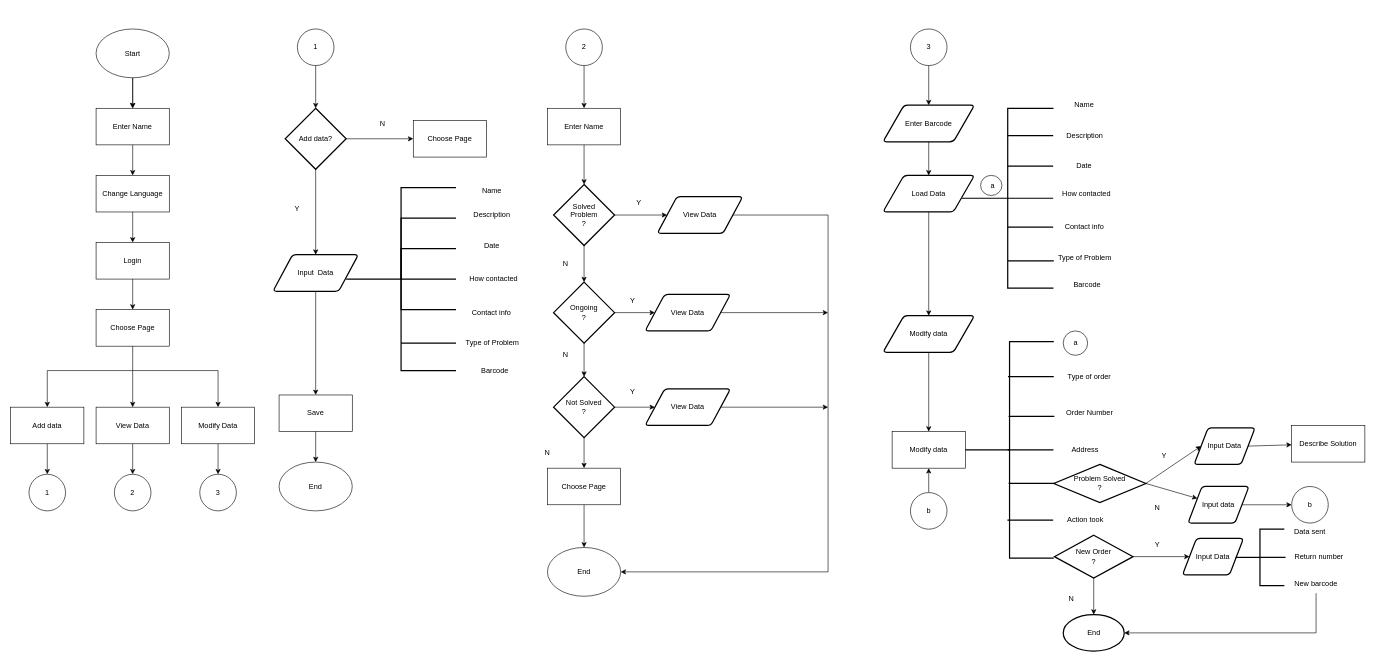
Above: Flowchart.drawio in D3153/SystemDevTermProject (draw.io), before the change. Source tidied: cells renumbered, new cells numbered last; positions are measured from the earlier drawing's top-left corner, leaving out a move shared by most shapes. Both pictures are drawn from the tidied source at 61%, with x=0, y=0 at pixel (10, 29).
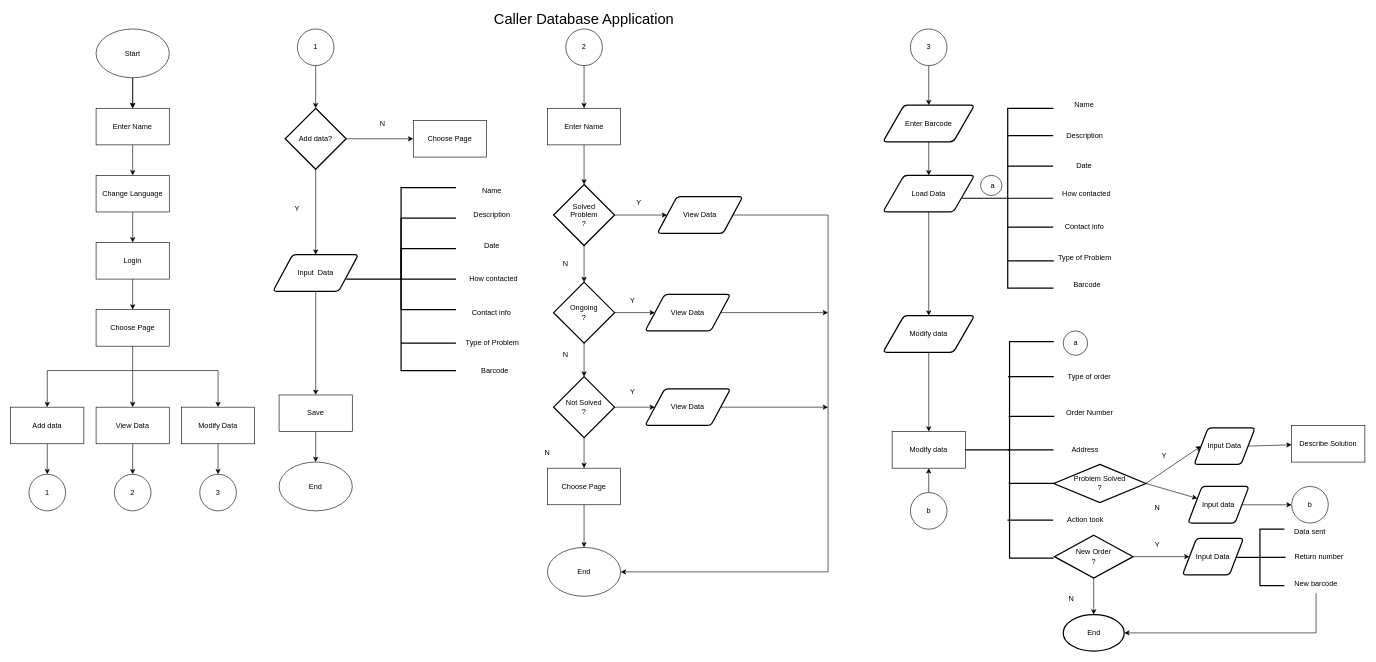
After the change.

Commit message:
added name on flowchart

The edit, as a diff of the source:
```diff
@@
+    <mxCell id="150" value="&lt;font style=&quot;font-size: 24px;&quot;&gt;Caller Database Application&lt;/font&gt;" style="text;html=1;strokeColor=none;fillColor=none;align=center;verticalAlign=middle;whiteSpace=wrap;rounded=0;" parent="1" vertex="1">
+      <mxGeometry x="685" y="-30" width="510" height="30" as="geometry" />
+    </mxCell>
```
